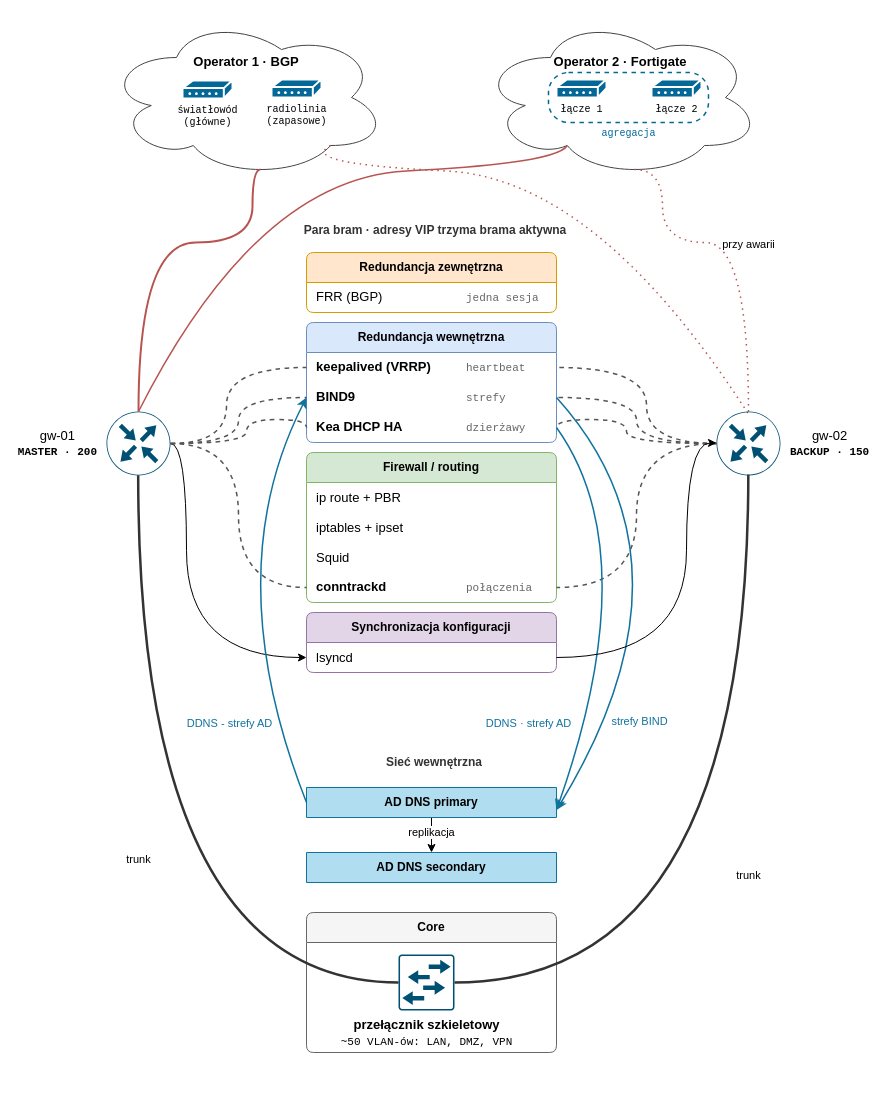
BO-RU-TA/mysnippets keeps this draw.io diagram as redundant-gateways-V3.drawio. Above is the earlier version. Source tidied: cells renumbered, new cells numbered last; positions are measured from the earlier drawing's top-left corner, leaving out a move shared by most shapes. Both pictures are drawn from the tidied source at 100%, with x=0, y=0 at pixel (19, 17).
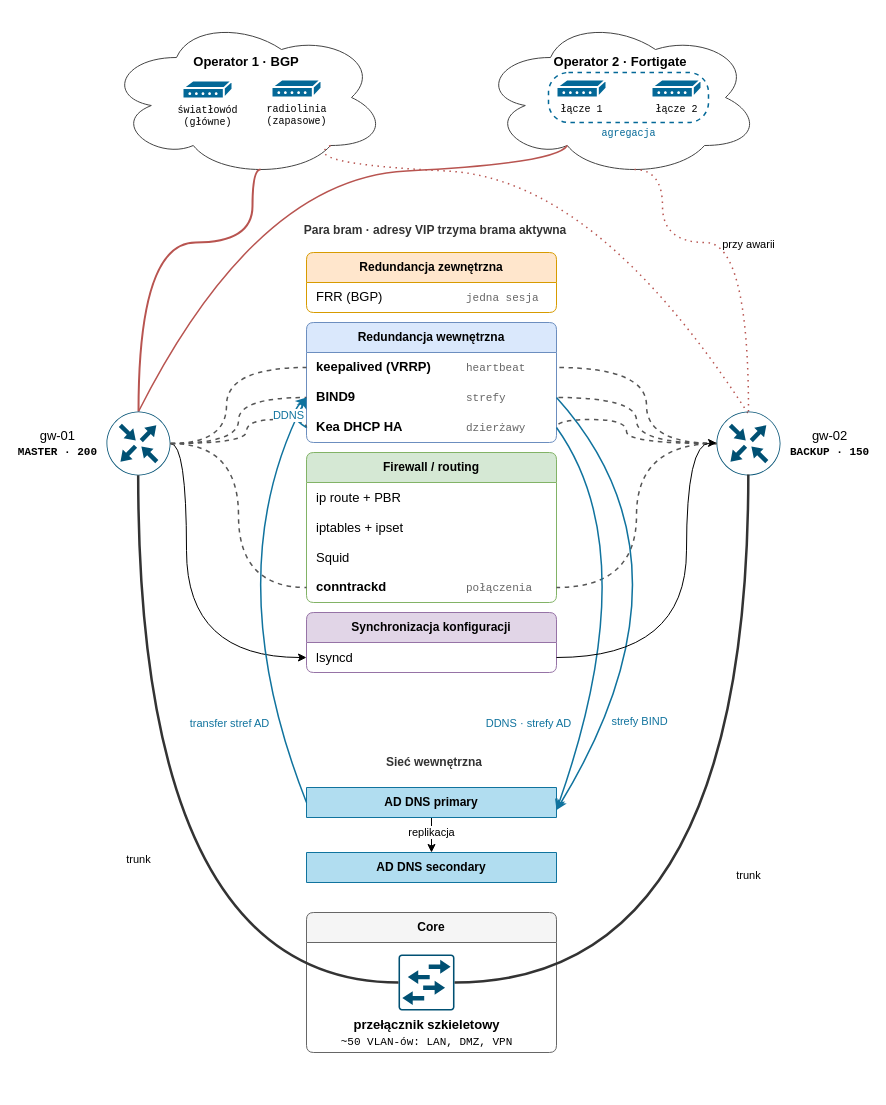
The same page after the edit.

Commit message:
redundant-gateways-V3: AD zones are transferred to BIND; Kea DDNS arrow to BIND restored

Unchanged cells that the change refers to:
```xml
<mxCell id="18" value="AD DNS primary" style="swimlane;rounded=1;arcSize=8;fontStyle=1;horizontal=1;startSize=30;whiteSpace=wrap;html=1;fontSize=12;swimlaneFillColor=#ffffff;fillColor=#b1ddf0;strokeColor=#10739e;" parent="1" vertex="1">
  <mxGeometry x="287" y="770" width="250" height="30" as="geometry" />
</mxCell>
<mxCell id="23" value="&lt;span style=&quot;display:inline-block;width:150px&quot;&gt;&lt;b&gt;BIND9&lt;/b&gt;&lt;/span&gt;&lt;span style=&quot;font-family:Courier New;font-size:11px;color:#666666;font-weight:normal&quot;&gt;strefy&lt;/span&gt;" style="text;strokeColor=none;fillColor=none;align=left;verticalAlign=middle;spacingLeft=8;spacingRight=8;html=1;fontSize=13;points=[[0,0.5],[1,0.5]];portConstraint=eastwest;" parent="21" vertex="1">
  <mxGeometry y="60" width="250" height="30" as="geometry" />
</mxCell>
<mxCell id="24" value="&lt;span style=&quot;display:inline-block;width:150px&quot;&gt;&lt;b&gt;Kea DHCP HA&lt;/b&gt;&lt;/span&gt;&lt;span style=&quot;font-family:Courier New;font-size:11px;color:#666666;font-weight:normal&quot;&gt;dzierżawy&lt;/span&gt;" style="text;strokeColor=none;fillColor=none;align=left;verticalAlign=middle;spacingLeft=8;spacingRight=8;html=1;fontSize=13;points=[[0,0.5],[1,0.5]];portConstraint=eastwest;" parent="21" vertex="1">
  <mxGeometry y="90" width="250" height="30" as="geometry" />
</mxCell>
```

What changed in the source:
```diff
@@
-    <mxCell id="43" value="DDNS - strefy AD" style="endArrow=classic;html=1;curved=1;strokeColor=#10739e;strokeWidth=1.5;fontSize=11;fontColor=#10739e;labelBackgroundColor=#ffffff;exitX=0;exitY=0.5;exitDx=0;exitDy=0;entryX=0;entryY=0.5;entryDx=0;entryDy=0;" parent="1" edge="1" source="18" target="23">
+    <mxCell id="43" value="transfer stref AD" style="endArrow=classic;html=1;curved=1;strokeColor=#10739e;strokeWidth=1.5;fontSize=11;fontColor=#10739e;labelBackgroundColor=#ffffff;exitX=0;exitY=0.5;exitDx=0;exitDy=0;entryX=0;entryY=0.5;entryDx=0;entryDy=0;" parent="1" edge="1" source="18" target="23">
       <mxGeometry x="-0.54" y="43" relative="1" as="geometry">
         <Array as="points">
           <mxPoint x="197" y="556" />
         </Array>
       </mxGeometry>
     </mxCell>
@@
+    <mxCell id="50" value="DDNS" style="endArrow=classic;html=1;curved=1;strokeColor=#10739e;strokeWidth=1.5;fontSize=11;fontColor=#10739e;labelBackgroundColor=#ffffff;exitX=0;exitY=0.5;exitDx=0;exitDy=0;entryX=0;entryY=0.5;entryDx=0;entryDy=0;" parent="1" edge="1" source="24" target="23">
+      <mxGeometry relative="1" as="geometry">
+        <Array as="points">
+          <mxPoint x="267" y="399" />
+        </Array>
+      </mxGeometry>
+    </mxCell>
```
